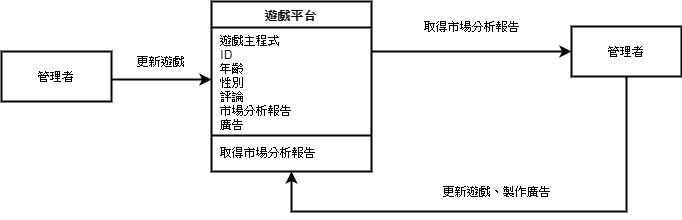
Above: 市場分析初步類別圖.png in 0624036/0624036_OO (draw.io), before the change. Source tidied: cells renumbered, new cells last; positions are measured from the earlier drawing's top-left corner, leaving out a move shared by most shapes.
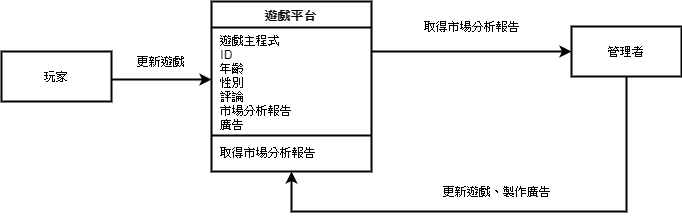
The same file after the commit.

Commit message:
Added 市場分析初步類別圖.png

What changed in the source:
```diff
@@ -47,7 +47,7 @@
         </Array>
       </mxGeometry>
     </mxCell>
-    <mxCell id="12" value="管理者" style="html=1;strokeWidth=2;" parent="1" vertex="1">
+    <mxCell id="12" value="玩家" style="html=1;strokeWidth=2;" parent="1" vertex="1">
       <mxGeometry y="50" width="110" height="50" as="geometry" />
     </mxCell>
   </root>
```
